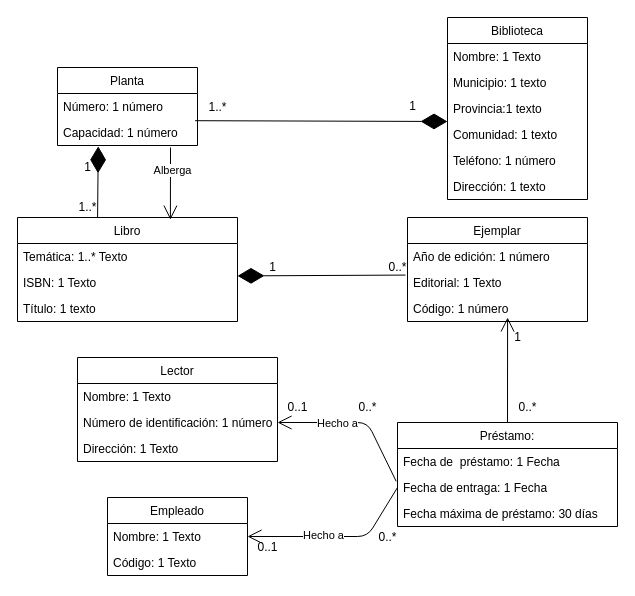
Earlier version of the draw.io diagram Ejercicio_17.drawio (Trabajos-grupales/UML). Source tidied: cells renumbered, new cells numbered last; positions are measured from the earlier drawing's top-left corner, leaving out a move shared by most shapes. Both pictures are drawn from the tidied source at 100%, with x=0, y=0 at pixel (17, 17).
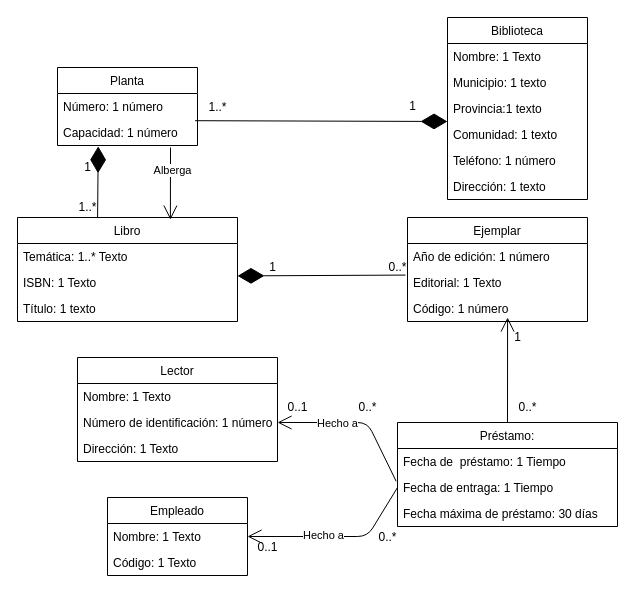
The same page after the edit.

Commit message (it also covers changes not shown here):
principio ejercicio 19

Unchanged cells that the change refers to:
```xml
<mxCell id="31" value="Préstamo:" style="swimlane;fontStyle=0;horizontal=1;startSize=26;fillColor=none;" parent="1" vertex="1">
  <mxGeometry x="380" y="405" width="220" height="104" as="geometry" />
</mxCell>
```

The edit, as a diff of the source:
```diff
@@
-    <mxCell id="32" value="Fecha de  préstamo: 1 Fecha" style="text;strokeColor=none;fillColor=none;align=left;verticalAlign=top;spacingLeft=4;spacingRight=4;overflow=hidden;" parent="31" vertex="1">
+    <mxCell id="32" value="Fecha de  préstamo: 1 Tiempo" style="text;strokeColor=none;fillColor=none;align=left;verticalAlign=top;spacingLeft=4;spacingRight=4;overflow=hidden;" parent="31" vertex="1">
       <mxGeometry y="26" width="220" height="26" as="geometry" />
     </mxCell>
-    <mxCell id="33" value="Fecha de entraga: 1 Fecha" style="text;strokeColor=none;fillColor=none;align=left;verticalAlign=top;spacingLeft=4;spacingRight=4;overflow=hidden;points=[[0,0.5],[1,0.5]];portConstraint=eastwest;" parent="31" vertex="1">
+    <mxCell id="33" value="Fecha de entraga: 1 Tiempo" style="text;strokeColor=none;fillColor=none;align=left;verticalAlign=top;spacingLeft=4;spacingRight=4;overflow=hidden;points=[[0,0.5],[1,0.5]];portConstraint=eastwest;" parent="31" vertex="1">
       <mxGeometry y="52" width="220" height="26" as="geometry" />
     </mxCell>
```
